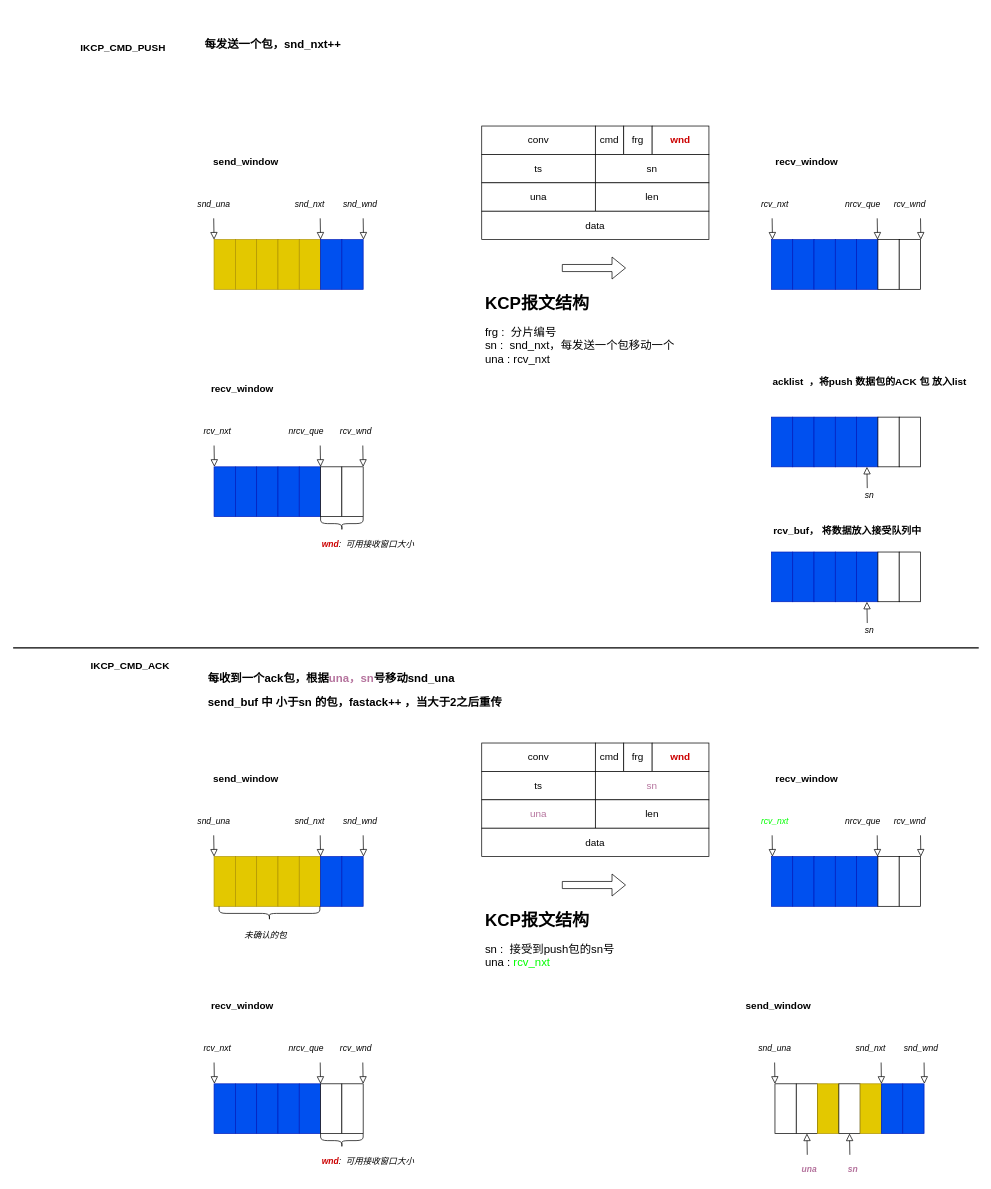
Above: kcp-window.drawio in homike/media (draw.io), before the change. Source tidied: cells renumbered, new cells numbered last; positions are measured from the earlier drawing's top-left corner, leaving out a move shared by most shapes. Both pictures are drawn from the tidied source at 71%, with x=0, y=0 at pixel (13, 12).
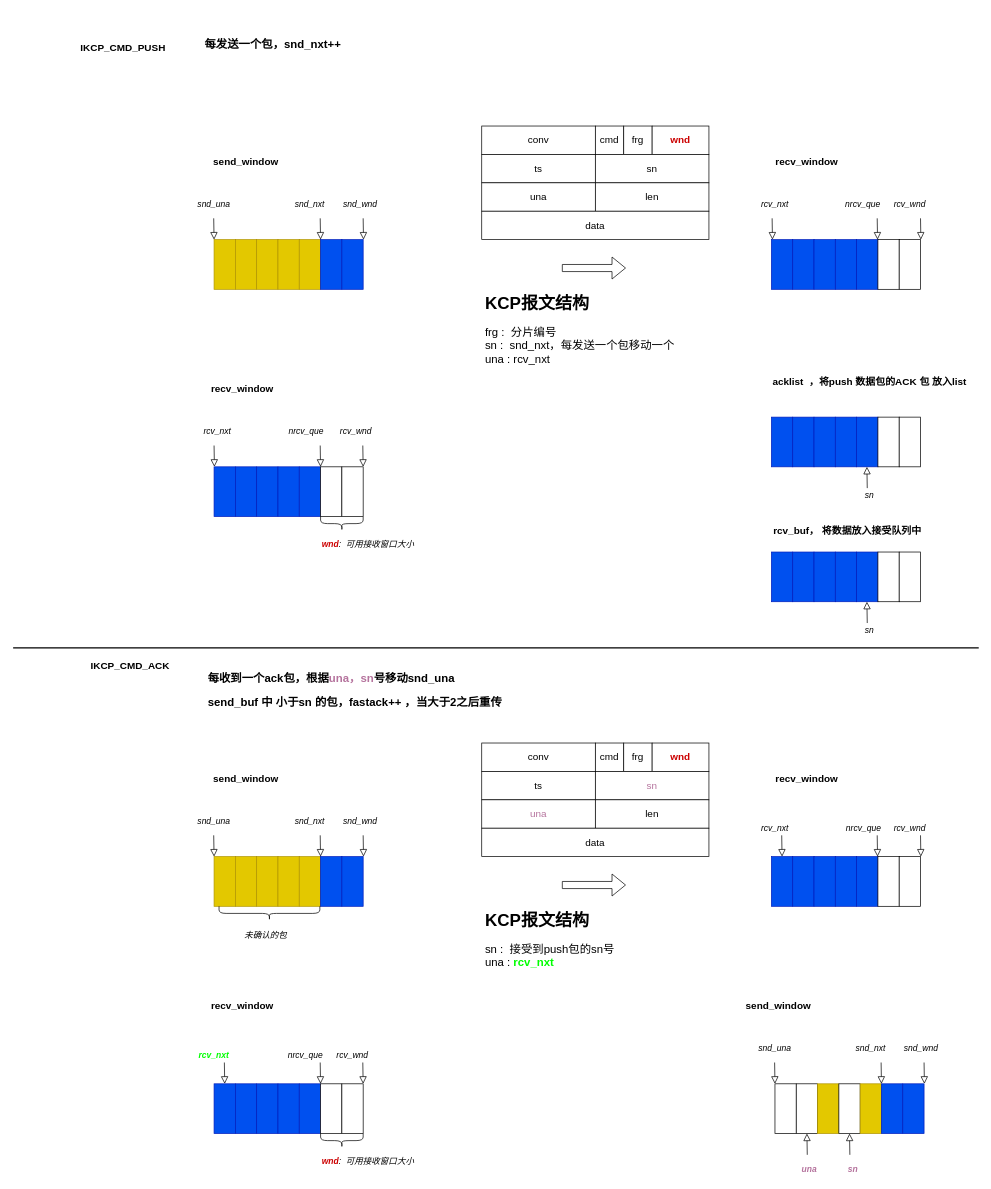
The same page after the edit.

Change to the diagram source:
```diff
@@
-    <mxCell id="111" value="rcv_nxt" style="text;html=1;strokeColor=none;fillColor=none;align=center;verticalAlign=middle;whiteSpace=wrap;rounded=0;fontStyle=2;fontColor=#00FF00;" parent="1" vertex="1">
-      <mxGeometry x="1053" y="1129" width="40" height="20" as="geometry" />
+    <mxCell id="111" value="&lt;b&gt;rcv_nxt&lt;/b&gt;" style="text;html=1;strokeColor=none;fillColor=none;align=center;verticalAlign=middle;whiteSpace=wrap;rounded=0;fontStyle=2;fontColor=#00FF00;" parent="1" vertex="1">
+      <mxGeometry x="263" y="1459" width="40" height="20" as="geometry" />
     </mxCell>
     <mxCell id="112" style="rounded=0;html=1;jettySize=auto;orthogonalLoop=1;fontSize=11;endArrow=block;endFill=0;endSize=8;strokeWidth=1;shadow=0;labelBackgroundColor=none;edgeStyle=orthogonalEdgeStyle;" parent="1" edge="1">
       <mxGeometry y="20" relative="1" as="geometry">
-        <mxPoint x="1069" y="1159" as="sourcePoint" />
-        <mxPoint x="1069.5" y="1189" as="targetPoint" />
+        <mxPoint x="1082.5" y="1159" as="sourcePoint" />
+        <mxPoint x="1083" y="1189" as="targetPoint" />
       </mxGeometry>
     </mxCell>
     <mxCell id="113" value="rcv_wnd" style="text;html=1;strokeColor=none;fillColor=none;align=center;verticalAlign=middle;whiteSpace=wrap;rounded=0;fontStyle=2;" parent="1" vertex="1">
-      <mxGeometry x="1243" y="1129" width="40" height="20" as="geometry" />
+      <mxGeometry x="1243" y="1139" width="40" height="20" as="geometry" />
     </mxCell>
@@
     <mxCell id="116" value="nrcv_que" style="text;html=1;strokeColor=none;fillColor=none;align=center;verticalAlign=middle;whiteSpace=wrap;rounded=0;fontStyle=2;" parent="1" vertex="1">
-      <mxGeometry x="1177" y="1129" width="40" height="20" as="geometry" />
+      <mxGeometry x="1178" y="1139" width="40" height="20" as="geometry" />
     </mxCell>
@@
     <mxCell id="119" value="rcv_wnd" style="text;html=1;strokeColor=none;fillColor=none;align=center;verticalAlign=middle;whiteSpace=wrap;rounded=0;fontStyle=2;" parent="1" vertex="1">
-      <mxGeometry x="463" y="1449" width="40" height="20" as="geometry" />
+      <mxGeometry x="458" y="1459" width="40" height="20" as="geometry" />
     </mxCell>
@@
     <mxCell id="130" value="rcv_nxt" style="text;html=1;strokeColor=none;fillColor=none;align=center;verticalAlign=middle;whiteSpace=wrap;rounded=0;fontStyle=2;" parent="1" vertex="1">
-      <mxGeometry x="268" y="1449" width="40" height="20" as="geometry" />
+      <mxGeometry x="1053" y="1139" width="40" height="20" as="geometry" />
     </mxCell>
     <mxCell id="131" style="rounded=0;html=1;jettySize=auto;orthogonalLoop=1;fontSize=11;endArrow=block;endFill=0;endSize=8;strokeWidth=1;shadow=0;labelBackgroundColor=none;edgeStyle=orthogonalEdgeStyle;" parent="1" edge="1">
       <mxGeometry y="20" relative="1" as="geometry">
-        <mxPoint x="283" y="1479" as="sourcePoint" />
-        <mxPoint x="283.5" y="1509" as="targetPoint" />
+        <mxPoint x="297.5" y="1479" as="sourcePoint" />
+        <mxPoint x="298" y="1509" as="targetPoint" />
       </mxGeometry>
     </mxCell>
-    <mxCell id="132" value="&lt;h1&gt;KCP报文结构&amp;nbsp;&lt;/h1&gt;&lt;p style=&quot;font-size: 16px&quot;&gt;sn :&amp;nbsp; 接受到push包的sn号&lt;br&gt;una : &lt;font color=&quot;#00ff00&quot;&gt;rcv_nxt&amp;nbsp;&lt;/font&gt;&lt;br&gt;&lt;/p&gt;" style="text;html=1;strokeColor=none;fillColor=none;spacing=5;spacingTop=-20;whiteSpace=wrap;overflow=hidden;rounded=0;" parent="1" vertex="1">
+    <mxCell id="132" value="&lt;h1&gt;KCP报文结构&amp;nbsp;&lt;/h1&gt;&lt;p style=&quot;font-size: 16px&quot;&gt;sn :&amp;nbsp; 接受到push包的sn号&lt;br&gt;una : &lt;font color=&quot;#00ff00&quot;&gt;&lt;b&gt;rcv_nxt&amp;nbsp;&lt;/b&gt;&lt;/font&gt;&lt;br&gt;&lt;/p&gt;" style="text;html=1;strokeColor=none;fillColor=none;spacing=5;spacingTop=-20;whiteSpace=wrap;overflow=hidden;rounded=0;" parent="1" vertex="1">
       <mxGeometry x="660" y="1259" width="320" height="121" as="geometry" />
     </mxCell>
     <mxCell id="133" value="nrcv_que" style="text;html=1;strokeColor=none;fillColor=none;align=center;verticalAlign=middle;whiteSpace=wrap;rounded=0;fontStyle=2;" parent="1" vertex="1">
-      <mxGeometry x="393" y="1449" width="40" height="20" as="geometry" />
+      <mxGeometry x="392" y="1459" width="40" height="20" as="geometry" />
     </mxCell>
```
